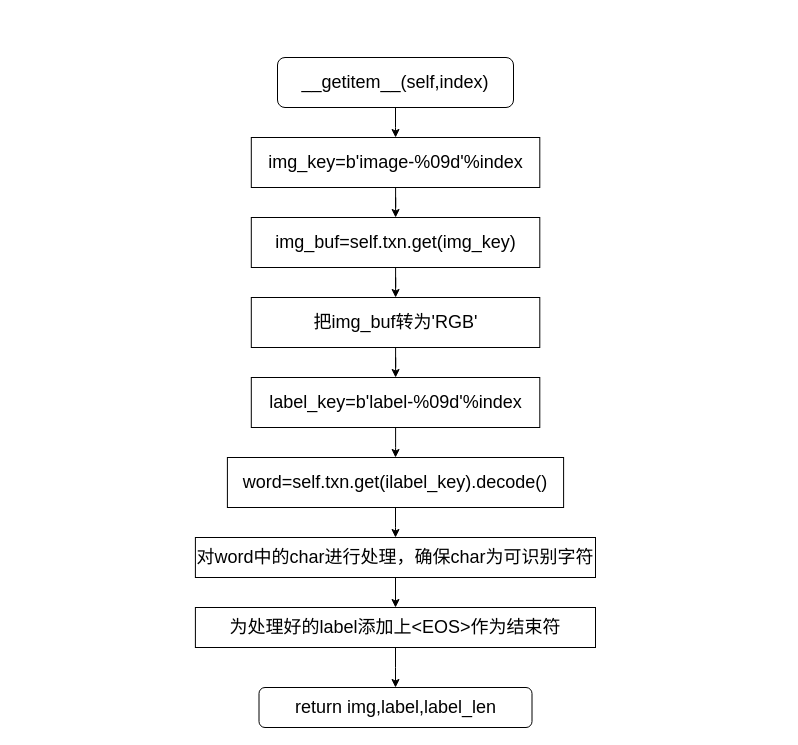
Dong-J93/_pictures keeps this draw.io diagram as thesis_lmdb1.drawio. Above is the earlier version. Source tidied: cells renumbered, new cells numbered last; positions are measured from the earlier drawing's top-left corner, leaving out a move shared by most shapes. Both pictures are drawn from the tidied source at 100%, with x=0, y=0 at pixel (195, 57).
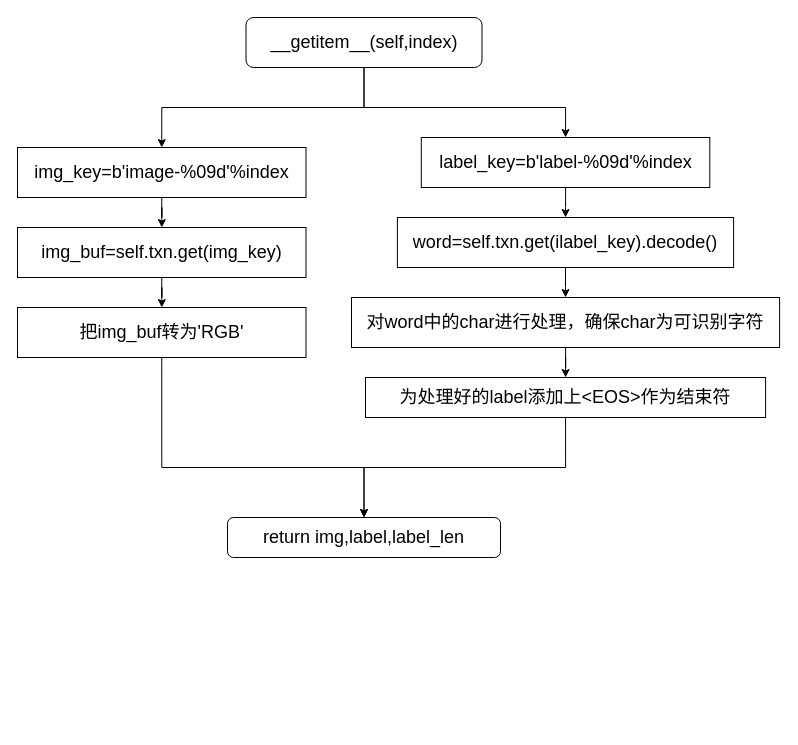
The same diagram, later.

Change to the diagram source:
```diff
@@
-    <mxCell id="2" style="edgeStyle=orthogonalEdgeStyle;rounded=0;jettySize=auto;html=1;" parent="1" edge="1" source="3" target="5">
+    <mxCell id="2" style="edgeStyle=orthogonalEdgeStyle;rounded=0;jettySize=auto;html=1;exitX=0.5;exitY=1;exitDx=0;exitDy=0;entryX=0.5;entryY=0;entryDx=0;entryDy=0;" parent="1" edge="1" source="3" target="5">
       <mxGeometry relative="1" as="geometry" />
     </mxCell>
+    <mxCell id="19" style="edgeStyle=orthogonalEdgeStyle;rounded=0;jettySize=auto;html=1;exitX=0.5;exitY=1;exitDx=0;exitDy=0;entryX=0.5;entryY=0;entryDx=0;entryDy=0;" parent="1" edge="1" source="3" target="11">
+      <mxGeometry relative="1" as="geometry">
+        <Array as="points">
+          <mxPoint x="169" y="50" />
+          <mxPoint x="370" y="50" />
+        </Array>
+      </mxGeometry>
+    </mxCell>
     <mxCell id="3" value="&lt;font style=&quot;font-size: 18px;&quot;&gt;__getitem__(self,index)&lt;/font&gt;" style="rounded=1;whiteSpace=wrap;html=1;" parent="1" vertex="1">
-      <mxGeometry x="82" width="236" height="50" as="geometry" />
+      <mxGeometry x="50.5" y="-40" width="236" height="50" as="geometry" />
     </mxCell>
@@
     <mxCell id="5" value="&lt;font style=&quot;font-size: 18px;&quot;&gt;img_key=b'image-%09d'%index&lt;br&gt;&lt;/font&gt;" style="rounded=0;whiteSpace=wrap;html=1;" parent="1" vertex="1">
-      <mxGeometry x="55.8" y="80" width="288.5" height="50" as="geometry" />
+      <mxGeometry x="-178" y="90" width="288.5" height="50" as="geometry" />
     </mxCell>
@@
     <mxCell id="7" value="&lt;font style=&quot;font-size: 18px;&quot;&gt;img_buf=self.txn.get(img_key)&lt;br&gt;&lt;/font&gt;" style="rounded=0;whiteSpace=wrap;html=1;" parent="1" vertex="1">
-      <mxGeometry x="55.8" y="160" width="288.5" height="50" as="geometry" />
+      <mxGeometry x="-178" y="170" width="288.5" height="50" as="geometry" />
     </mxCell>
-    <mxCell id="8" style="edgeStyle=orthogonalEdgeStyle;rounded=0;jettySize=auto;html=1;" parent="1" edge="1" source="9" target="11">
-      <mxGeometry relative="1" as="geometry" />
-    </mxCell>
+    <mxCell id="20" style="edgeStyle=orthogonalEdgeStyle;rounded=0;jettySize=auto;html=1;exitX=0.5;exitY=1;exitDx=0;exitDy=0;entryX=0.5;entryY=0;entryDx=0;entryDy=0;" parent="1" edge="1" source="9" target="18">
+      <mxGeometry relative="1" as="geometry">
+        <Array as="points">
+          <mxPoint x="-34" y="410" />
+          <mxPoint x="169" y="410" />
+        </Array>
+      </mxGeometry>
+    </mxCell>
     <mxCell id="9" value="&lt;font style=&quot;font-size: 18px;&quot;&gt;把img_buf转为'RGB'&lt;br&gt;&lt;/font&gt;" style="rounded=0;whiteSpace=wrap;html=1;" parent="1" vertex="1">
-      <mxGeometry x="55.8" y="240" width="288.5" height="50" as="geometry" />
+      <mxGeometry x="-178" y="250" width="288.5" height="50" as="geometry" />
     </mxCell>
@@
     <mxCell id="11" value="&lt;font style=&quot;font-size: 18px;&quot;&gt;label_key=b'label-%09d'%index&lt;br&gt;&lt;/font&gt;" style="rounded=0;whiteSpace=wrap;html=1;" parent="1" vertex="1">
-      <mxGeometry x="55.8" y="320" width="288.5" height="50" as="geometry" />
+      <mxGeometry x="225.8" y="80" width="288.5" height="50" as="geometry" />
     </mxCell>
@@
     <mxCell id="13" value="&lt;font style=&quot;font-size: 18px;&quot;&gt;word=self.txn.get(ilabel_key).decode()&lt;br&gt;&lt;/font&gt;" style="rounded=0;whiteSpace=wrap;html=1;" parent="1" vertex="1">
-      <mxGeometry x="31.9" y="400" width="336.2" height="50" as="geometry" />
+      <mxGeometry x="201.9" y="160" width="336.2" height="50" as="geometry" />
     </mxCell>
@@
     <mxCell id="15" value="&lt;font style=&quot;font-size: 18px;&quot;&gt;对word中的char进行处理，确保char为可识别字符&lt;br&gt;&lt;/font&gt;" style="rounded=0;whiteSpace=wrap;html=1;" parent="1" vertex="1">
-      <mxGeometry x="-0.1" y="480" width="400.1" height="40" as="geometry" />
+      <mxGeometry x="156" y="240" width="428.1" height="50" as="geometry" />
     </mxCell>
-    <mxCell id="16" style="edgeStyle=orthogonalEdgeStyle;rounded=0;jettySize=auto;html=1;" parent="1" edge="1" source="17" target="18">
+    <mxCell id="16" style="edgeStyle=orthogonalEdgeStyle;rounded=0;jettySize=auto;html=1;exitX=0.5;exitY=1;exitDx=0;exitDy=0;" parent="1" edge="1" source="17" target="18">
       <mxGeometry relative="1" as="geometry" />
     </mxCell>
     <mxCell id="17" value="&lt;font style=&quot;font-size: 18px;&quot;&gt;为处理好的label添加上&amp;lt;EOS&amp;gt;作为结束符&lt;br&gt;&lt;/font&gt;" style="rounded=0;whiteSpace=wrap;html=1;" parent="1" vertex="1">
-      <mxGeometry x="-0.1" y="550" width="400.1" height="40" as="geometry" />
+      <mxGeometry x="170" y="320" width="400.1" height="40" as="geometry" />
     </mxCell>
     <mxCell id="18" value="&lt;font style=&quot;font-size: 18px;&quot;&gt;return img,label,label_len&lt;/font&gt;" style="rounded=1;whiteSpace=wrap;html=1;" parent="1" vertex="1">
-      <mxGeometry x="63.5" y="630" width="273" height="40" as="geometry" />
+      <mxGeometry x="32" y="460" width="273" height="40" as="geometry" />
     </mxCell>
```
